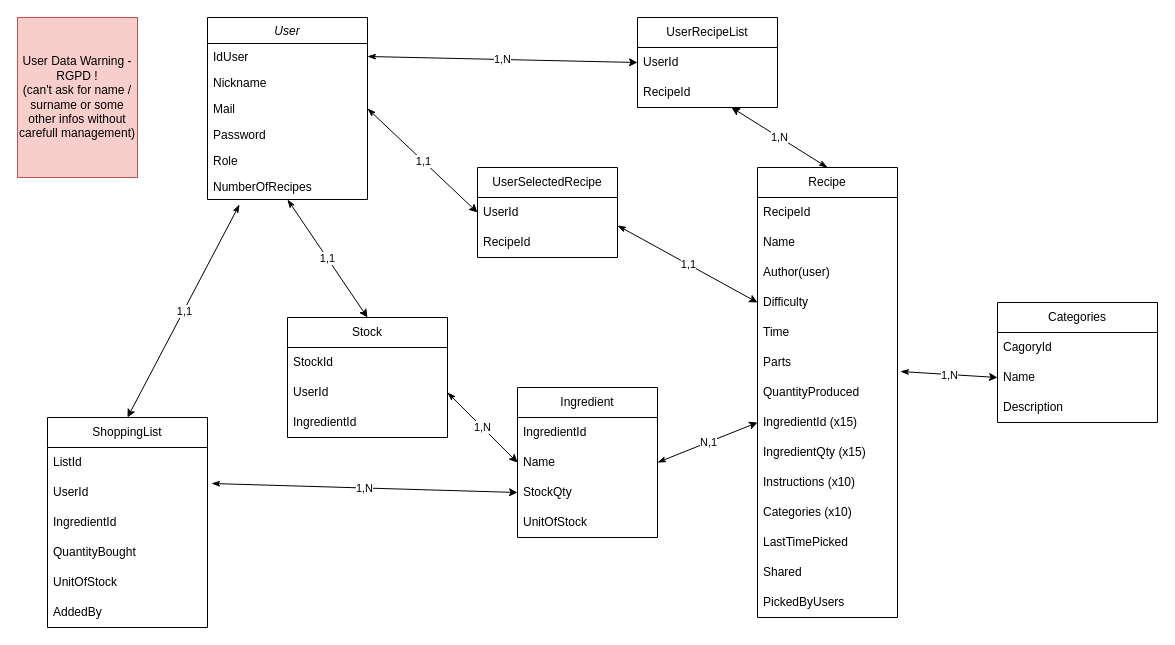
Above: StockingDraws/Diagramme sans nom.drawio in Windryuu/DrawIoRepo (draw.io), before the change. Source tidied: cells renumbered, new cells numbered last; positions are measured from the earlier drawing's top-left corner, leaving out a move shared by most shapes. Both pictures are drawn from the tidied source at 100%, with x=0, y=0 at pixel (17, 17).
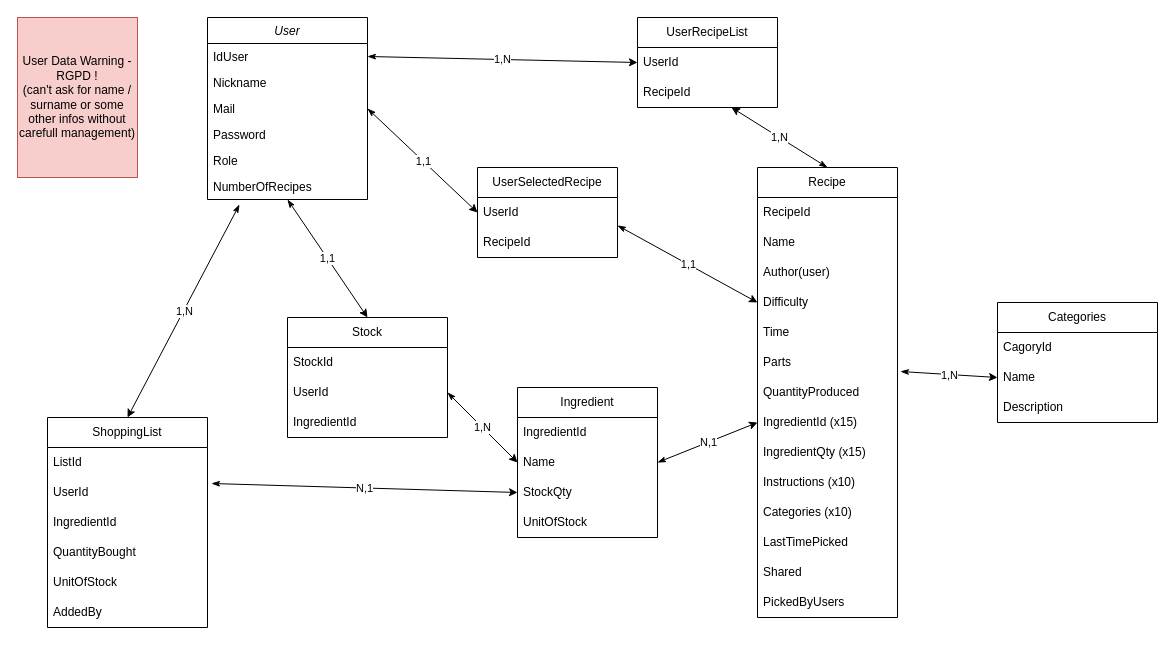
Above is the later version.

Commit message:
Small tweaks on relations

Unchanged cells that the change refers to:
```xml
<mxCell id="61" style="endArrow=classic;html=1;rounded=0;exitX=1.025;exitY=0.2;exitDx=0;exitDy=0;entryX=0;entryY=0.5;entryDx=0;entryDy=0;startArrow=classicThin;startFill=1;exitPerimeter=0;" parent="1" edge="1" source="56" target="28">
  <mxGeometry relative="1" as="geometry" />
</mxCell>
<mxCell id="63" style="endArrow=classic;html=1;rounded=0;exitX=0.2;exitY=1.192;exitDx=0;exitDy=0;entryX=0.5;entryY=0;entryDx=0;entryDy=0;startArrow=classicThin;startFill=1;exitPerimeter=0;" parent="1" edge="1" source="8" target="54">
  <mxGeometry relative="1" as="geometry" />
</mxCell>
```

The edit, as a diff of the source:
```diff
@@
-    <mxCell id="62" value="1,N" style="edgeLabel;html=1;align=center;verticalAlign=middle;" parent="61" vertex="1">
+    <mxCell id="62" value="N,1" style="edgeLabel;html=1;align=center;verticalAlign=middle;" parent="61" vertex="1">
       <mxGeometry relative="1" as="geometry" />
     </mxCell>
@@
-    <mxCell id="64" value="1,1" style="edgeLabel;html=1;align=center;verticalAlign=middle;" parent="63" vertex="1">
+    <mxCell id="64" value="1,N" style="edgeLabel;html=1;align=center;verticalAlign=middle;" parent="63" vertex="1">
       <mxGeometry relative="1" as="geometry" />
     </mxCell>
```
